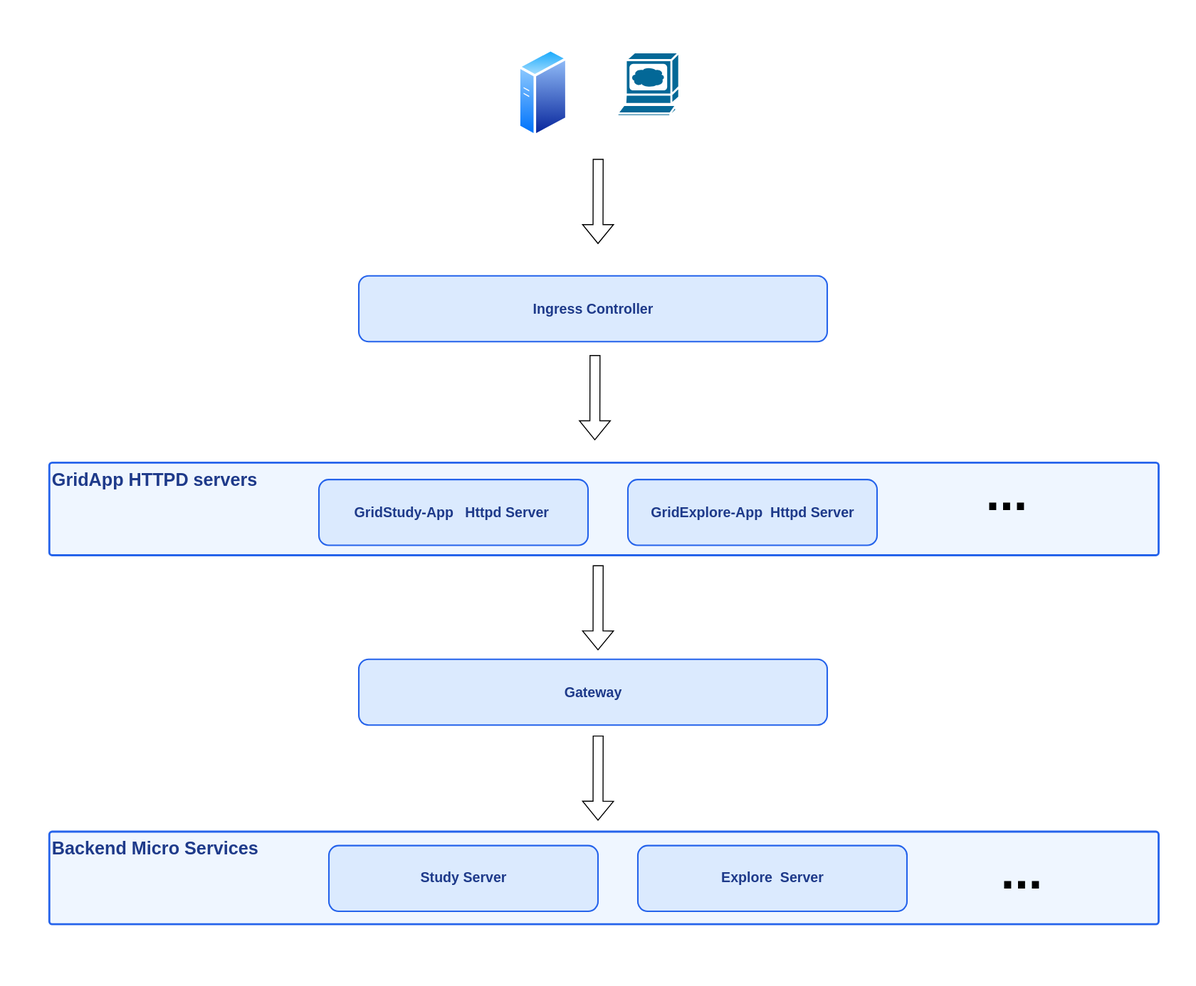
Above: architecture/diagrams/RequestRouting.drawio.svg in gridsuite/documentation (draw.io), before the change. Source tidied: cells renumbered, new cells last; positions are measured from the earlier drawing's top-left corner, leaving out a move shared by most shapes. The source it was exported from:
```xml
<mxGraphModel background="#F1F5F9">
  <root>
    <mxCell id="0" style="html=1;" />
    <mxCell id="1" style="html=1;" parent="0" />
    <mxCell id="2" style="rounded=0;whiteSpace=wrap;html=1;fillColor=none;strokeColor=none;" parent="1" vertex="1">
      <mxGeometry width="1200" height="990" as="geometry" />
    </mxCell>
    <mxCell id="3" value="Backend Micro Services" style="rounded=1;whiteSpace=wrap;html=1;verticalAlign=top;fontSize=18;fontStyle=1;fillColor=#EFF6FF;fontColor=#1E3A8A;strokeColor=#2563EB;strokeWidth=2;arcSize=3;align=left;" parent="1" vertex="1">
      <mxGeometry x="50" y="835" width="1113" height="93" as="geometry" />
    </mxCell>
    <mxCell id="4" value="GridApp HTTPD servers" style="rounded=1;whiteSpace=wrap;html=1;verticalAlign=top;fontSize=18;fontStyle=1;fillColor=#EFF6FF;fontColor=#1E3A8A;strokeColor=#2563EB;strokeWidth=2;arcSize=3;align=left;" parent="1" vertex="1">
      <mxGeometry x="50" y="464.5" width="1113" height="93" as="geometry" />
    </mxCell>
    <mxCell id="5" value="Ingress Controller" style="rounded=1;whiteSpace=wrap;html=1;fontSize=14;fontStyle=1;fillColor=#DBEAFE;strokeColor=#2563EB;strokeWidth=1.5;fontColor=#1E3A8A;" parent="1" vertex="1">
      <mxGeometry x="360" y="276.5" width="470" height="66" as="geometry" />
    </mxCell>
    <mxCell id="6" value="GridStudy-App&amp;nbsp; &amp;nbsp;Httpd Server&amp;nbsp;" style="rounded=1;whiteSpace=wrap;html=1;fontSize=14;fontStyle=1;fillColor=#DBEAFE;strokeColor=#2563EB;strokeWidth=1.5;fontColor=#1E3A8A;" parent="1" vertex="1">
      <mxGeometry x="320" y="481" width="270" height="66" as="geometry" />
    </mxCell>
    <mxCell id="7" value="GridExplore-App&amp;nbsp; Httpd Server" style="rounded=1;whiteSpace=wrap;html=1;fontSize=14;fontStyle=1;fillColor=#DBEAFE;strokeColor=#2563EB;strokeWidth=1.5;fontColor=#1E3A8A;" parent="1" vertex="1">
      <mxGeometry x="630" y="481" width="250" height="66" as="geometry" />
    </mxCell>
    <mxCell id="8" value="Gateway" style="rounded=1;whiteSpace=wrap;html=1;fontSize=14;fontStyle=1;fillColor=#DBEAFE;strokeColor=#2563EB;strokeWidth=1.5;fontColor=#1E3A8A;" parent="1" vertex="1">
      <mxGeometry x="360" y="661.5" width="470" height="66" as="geometry" />
    </mxCell>
    <mxCell id="9" value="Study Server" style="rounded=1;whiteSpace=wrap;html=1;fontSize=14;fontStyle=1;fillColor=#DBEAFE;strokeColor=#2563EB;strokeWidth=1.5;fontColor=#1E3A8A;" parent="1" vertex="1">
      <mxGeometry x="330" y="848.5" width="270" height="66" as="geometry" />
    </mxCell>
    <mxCell id="10" value="..." style="rounded=0;whiteSpace=wrap;html=1;fillColor=none;fontSize=50;verticalAlign=middle;fontStyle=1;strokeColor=none;" parent="1" vertex="1">
      <mxGeometry x="950" y="463.5" width="120" height="60" as="geometry" />
    </mxCell>
    <mxCell id="11" value="Explore&amp;nbsp; Server" style="rounded=1;whiteSpace=wrap;html=1;fontSize=14;fontStyle=1;fillColor=#DBEAFE;strokeColor=#2563EB;strokeWidth=1.5;fontColor=#1E3A8A;" parent="1" vertex="1">
      <mxGeometry x="640" y="848.5" width="270" height="66" as="geometry" />
    </mxCell>
    <mxCell id="12" value="..." style="rounded=0;whiteSpace=wrap;html=1;fillColor=none;fontSize=50;verticalAlign=middle;fontStyle=1;strokeColor=none;" parent="1" vertex="1">
      <mxGeometry x="965" y="843.5" width="120" height="60" as="geometry" />
    </mxCell>
    <mxCell id="13" style="sketch=0;html=1;dashed=0;fillColor=#036897;strokeColor=#ffffff;strokeWidth=2;verticalLabelPosition=bottom;verticalAlign=top;align=center;shape=mxgraph.cisco.computers_and_peripherals.web_browser;" parent="1" vertex="1">
      <mxGeometry x="620" y="52.5" width="62" height="64" as="geometry" />
    </mxCell>
    <mxCell id="14" style="image;perimeter=ellipsePerimeter;html=1;align=center;shadow=0;dashed=0;spacingTop=3;image=img/lib/active_directory/generic_server.svg;" parent="1" vertex="1">
      <mxGeometry x="520" y="48.2" width="50.1" height="89.5" as="geometry" />
    </mxCell>
    <mxCell id="15" style="shape=flexArrow;endArrow=classic;html=1;rounded=0;" parent="1" edge="1">
      <mxGeometry relative="1" as="geometry">
        <mxPoint x="597" y="356" as="sourcePoint" />
        <mxPoint x="596.8" y="441.5" as="targetPoint" />
      </mxGeometry>
    </mxCell>
    <mxCell id="16" style="shape=flexArrow;endArrow=classic;html=1;rounded=0;" parent="1" edge="1">
      <mxGeometry relative="1" as="geometry">
        <mxPoint x="600.2" y="159" as="sourcePoint" />
        <mxPoint x="600" y="244.5" as="targetPoint" />
      </mxGeometry>
    </mxCell>
    <mxCell id="17" style="shape=flexArrow;endArrow=classic;html=1;rounded=0;" parent="1" edge="1">
      <mxGeometry relative="1" as="geometry">
        <mxPoint x="600.2" y="567" as="sourcePoint" />
        <mxPoint x="600" y="652.5" as="targetPoint" />
      </mxGeometry>
    </mxCell>
    <mxCell id="18" style="shape=flexArrow;endArrow=classic;html=1;rounded=0;" parent="1" edge="1">
      <mxGeometry relative="1" as="geometry">
        <mxPoint x="600.2" y="738" as="sourcePoint" />
        <mxPoint x="600" y="823.5" as="targetPoint" />
      </mxGeometry>
    </mxCell>
  </root>
</mxGraphModel>
```
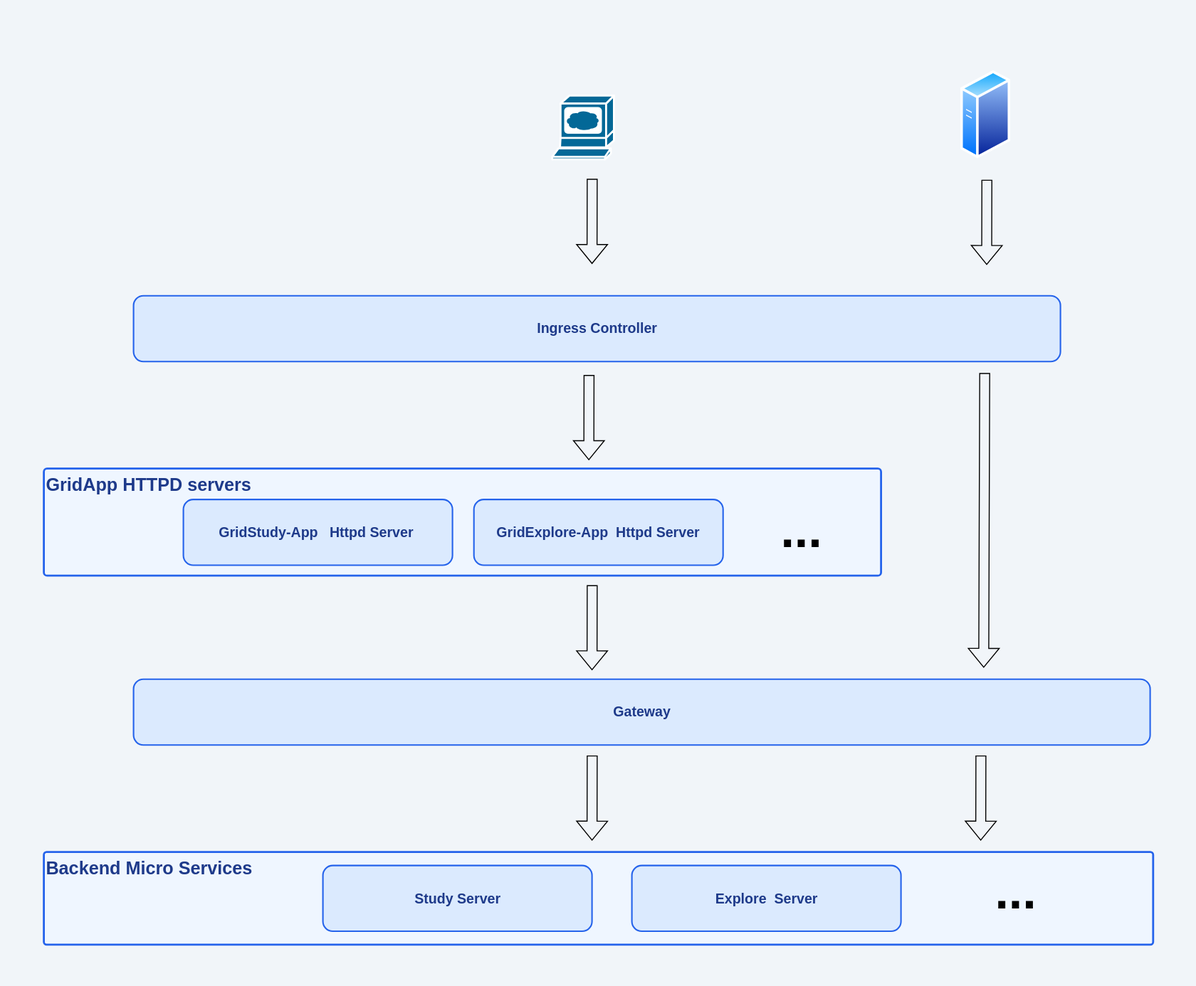
After the commit.

Commit message:
Add the request routing for external application API calls (#60)

What changed in the source:
```diff
@@ -3,31 +3,31 @@
     <mxCell id="0" style="html=1;" />
     <mxCell id="1" style="html=1;" parent="0" />
     <mxCell id="2" style="rounded=0;whiteSpace=wrap;html=1;fillColor=none;strokeColor=none;" parent="1" vertex="1">
-      <mxGeometry width="1200" height="990" as="geometry" />
+      <mxGeometry x="6.5" y="-20" width="1200" height="990" as="geometry" />
     </mxCell>
     <mxCell id="3" value="Backend Micro Services" style="rounded=1;whiteSpace=wrap;html=1;verticalAlign=top;fontSize=18;fontStyle=1;fillColor=#EFF6FF;fontColor=#1E3A8A;strokeColor=#2563EB;strokeWidth=2;arcSize=3;align=left;" parent="1" vertex="1">
       <mxGeometry x="50" y="835" width="1113" height="93" as="geometry" />
     </mxCell>
     <mxCell id="4" value="GridApp HTTPD servers" style="rounded=1;whiteSpace=wrap;html=1;verticalAlign=top;fontSize=18;fontStyle=1;fillColor=#EFF6FF;fontColor=#1E3A8A;strokeColor=#2563EB;strokeWidth=2;arcSize=3;align=left;" parent="1" vertex="1">
-      <mxGeometry x="50" y="464.5" width="1113" height="93" as="geometry" />
+      <mxGeometry x="50" y="450" width="840" height="107.5" as="geometry" />
     </mxCell>
     <mxCell id="5" value="Ingress Controller" style="rounded=1;whiteSpace=wrap;html=1;fontSize=14;fontStyle=1;fillColor=#DBEAFE;strokeColor=#2563EB;strokeWidth=1.5;fontColor=#1E3A8A;" parent="1" vertex="1">
-      <mxGeometry x="360" y="276.5" width="470" height="66" as="geometry" />
+      <mxGeometry x="140" y="276.5" width="930" height="66" as="geometry" />
     </mxCell>
     <mxCell id="6" value="GridStudy-App&amp;nbsp; &amp;nbsp;Httpd Server&amp;nbsp;" style="rounded=1;whiteSpace=wrap;html=1;fontSize=14;fontStyle=1;fillColor=#DBEAFE;strokeColor=#2563EB;strokeWidth=1.5;fontColor=#1E3A8A;" parent="1" vertex="1">
-      <mxGeometry x="320" y="481" width="270" height="66" as="geometry" />
+      <mxGeometry x="190" y="481" width="270" height="66" as="geometry" />
     </mxCell>
     <mxCell id="7" value="GridExplore-App&amp;nbsp; Httpd Server" style="rounded=1;whiteSpace=wrap;html=1;fontSize=14;fontStyle=1;fillColor=#DBEAFE;strokeColor=#2563EB;strokeWidth=1.5;fontColor=#1E3A8A;" parent="1" vertex="1">
-      <mxGeometry x="630" y="481" width="250" height="66" as="geometry" />
+      <mxGeometry x="481.5" y="481" width="250" height="66" as="geometry" />
     </mxCell>
     <mxCell id="8" value="Gateway" style="rounded=1;whiteSpace=wrap;html=1;fontSize=14;fontStyle=1;fillColor=#DBEAFE;strokeColor=#2563EB;strokeWidth=1.5;fontColor=#1E3A8A;" parent="1" vertex="1">
-      <mxGeometry x="360" y="661.5" width="470" height="66" as="geometry" />
+      <mxGeometry x="140" y="661.5" width="1020" height="66" as="geometry" />
     </mxCell>
     <mxCell id="9" value="Study Server" style="rounded=1;whiteSpace=wrap;html=1;fontSize=14;fontStyle=1;fillColor=#DBEAFE;strokeColor=#2563EB;strokeWidth=1.5;fontColor=#1E3A8A;" parent="1" vertex="1">
       <mxGeometry x="330" y="848.5" width="270" height="66" as="geometry" />
     </mxCell>
     <mxCell id="10" value="..." style="rounded=0;whiteSpace=wrap;html=1;fillColor=none;fontSize=50;verticalAlign=middle;fontStyle=1;strokeColor=none;" parent="1" vertex="1">
-      <mxGeometry x="950" y="463.5" width="120" height="60" as="geometry" />
+      <mxGeometry x="750" y="481" width="120" height="60" as="geometry" />
     </mxCell>
     <mxCell id="11" value="Explore&amp;nbsp; Server" style="rounded=1;whiteSpace=wrap;html=1;fontSize=14;fontStyle=1;fillColor=#DBEAFE;strokeColor=#2563EB;strokeWidth=1.5;fontColor=#1E3A8A;" parent="1" vertex="1">
       <mxGeometry x="640" y="848.5" width="270" height="66" as="geometry" />
@@ -36,10 +36,10 @@
       <mxGeometry x="965" y="843.5" width="120" height="60" as="geometry" />
     </mxCell>
     <mxCell id="13" style="sketch=0;html=1;dashed=0;fillColor=#036897;strokeColor=#ffffff;strokeWidth=2;verticalLabelPosition=bottom;verticalAlign=top;align=center;shape=mxgraph.cisco.computers_and_peripherals.web_browser;" parent="1" vertex="1">
-      <mxGeometry x="620" y="52.5" width="62" height="64" as="geometry" />
+      <mxGeometry x="560" y="75.5" width="62" height="64" as="geometry" />
     </mxCell>
     <mxCell id="14" style="image;perimeter=ellipsePerimeter;html=1;align=center;shadow=0;dashed=0;spacingTop=3;image=img/lib/active_directory/generic_server.svg;" parent="1" vertex="1">
-      <mxGeometry x="520" y="48.2" width="50.1" height="89.5" as="geometry" />
+      <mxGeometry x="970" y="50" width="50.1" height="89.5" as="geometry" />
     </mxCell>
     <mxCell id="15" style="shape=flexArrow;endArrow=classic;html=1;rounded=0;" parent="1" edge="1">
       <mxGeometry relative="1" as="geometry">
@@ -65,5 +65,23 @@
         <mxPoint x="600" y="823.5" as="targetPoint" />
       </mxGeometry>
     </mxCell>
+    <mxCell id="19" style="shape=flexArrow;endArrow=classic;html=1;rounded=0;" parent="1" edge="1">
+      <mxGeometry relative="1" as="geometry">
+        <mxPoint x="996.2" y="160" as="sourcePoint" />
+        <mxPoint x="996" y="245.5" as="targetPoint" />
+      </mxGeometry>
+    </mxCell>
+    <mxCell id="20" style="shape=flexArrow;endArrow=classic;html=1;rounded=0;" parent="1" edge="1">
+      <mxGeometry relative="1" as="geometry">
+        <mxPoint x="990.2" y="738" as="sourcePoint" />
+        <mxPoint x="990" y="823.5" as="targetPoint" />
+      </mxGeometry>
+    </mxCell>
+    <mxCell id="21" style="shape=flexArrow;endArrow=classic;html=1;rounded=0;" parent="1" edge="1">
+      <mxGeometry relative="1" as="geometry">
+        <mxPoint x="994" y="354" as="sourcePoint" />
+        <mxPoint x="993" y="650" as="targetPoint" />
+      </mxGeometry>
+    </mxCell>
   </root>
 </mxGraphModel>
```
